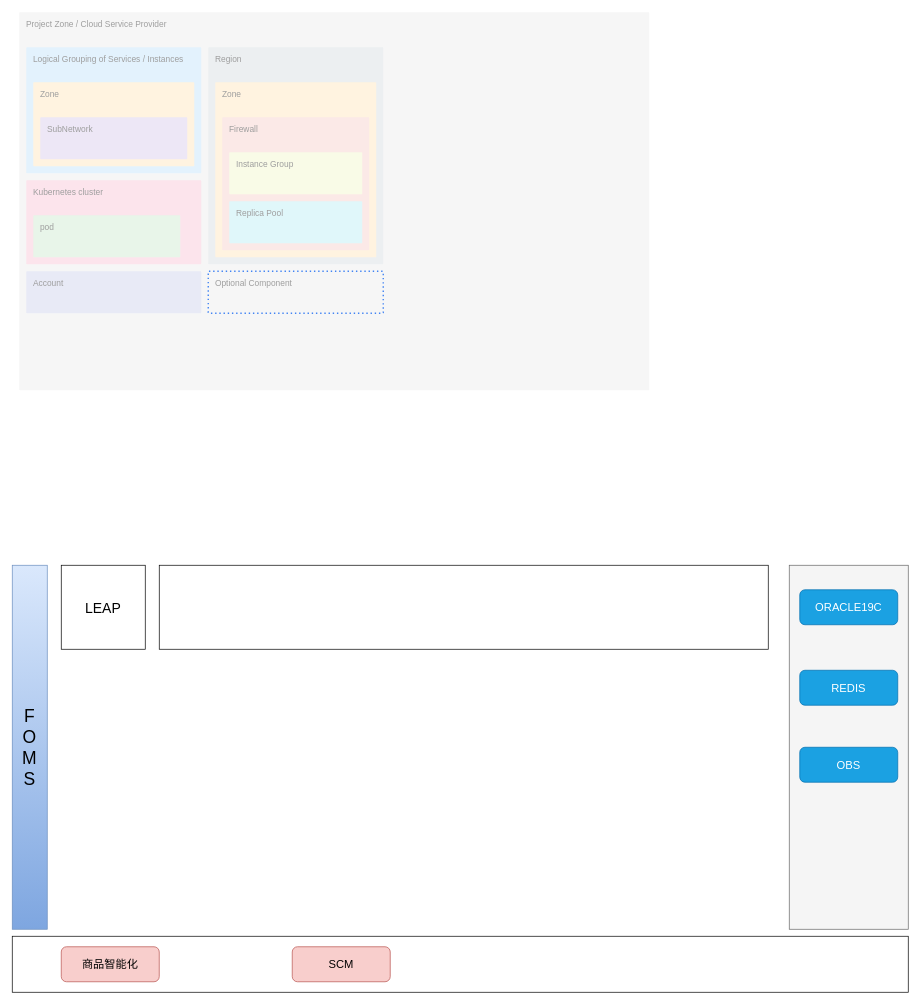
The draw.io diagram FOMS模块说明.drawio in tianyaxiangdong/drawio, before the edit. Source tidied: cells renumbered, new cells numbered last; positions are measured from the earlier drawing's top-left corner, leaving out a move shared by most shapes. Both pictures are drawn from the tidied source at 70%, with x=0, y=0 at pixel (12, 12).
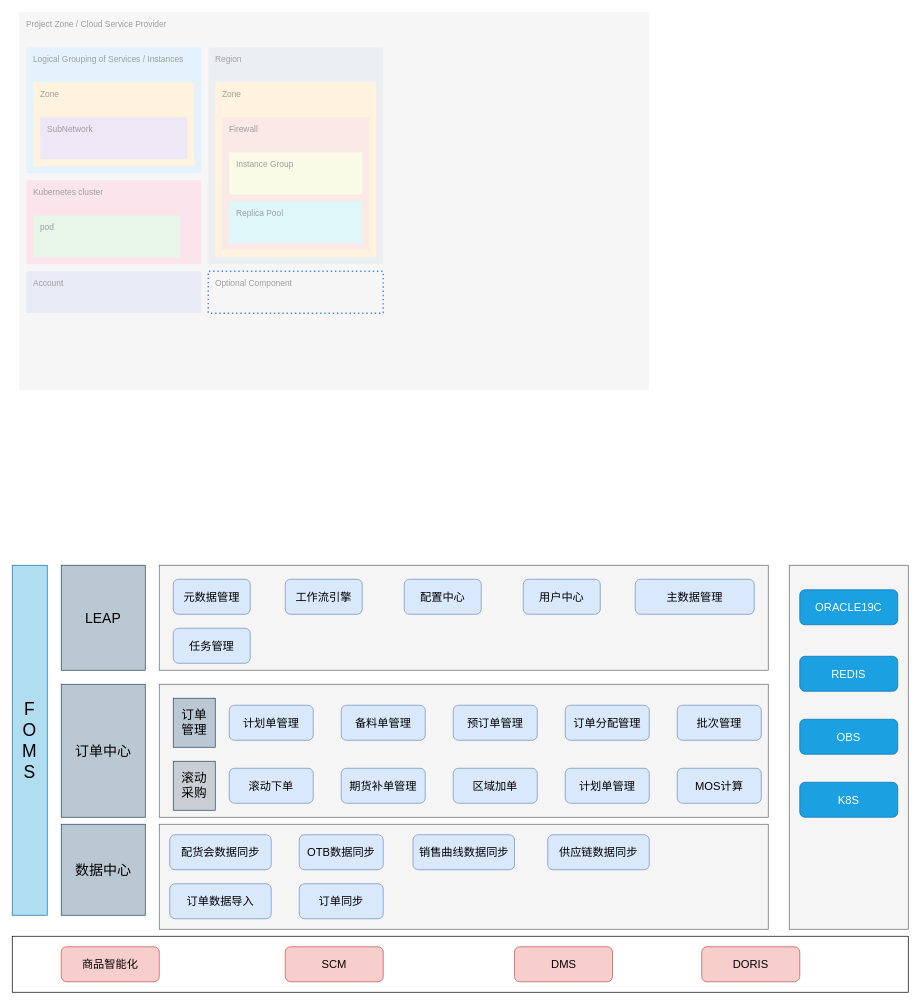
The same diagram, later.

Commit message (it also covers changes not shown here):
更新FOMS模块说明.drawio

Change to the diagram source:
```diff
@@
+    <mxCell id="17" style="rounded=0;whiteSpace=wrap;html=1;fontSize=20;fillColor=#f5f5f5;fontColor=#333333;strokeColor=#666666;" parent="1" vertex="1">
+      <mxGeometry x="210" y="790" width="870" height="150" as="geometry" />
+    </mxCell>
@@
-    <mxCell id="15" value="F&lt;br style=&quot;font-size: 25px;&quot;&gt;O&lt;br style=&quot;font-size: 25px;&quot;&gt;M&lt;br style=&quot;font-size: 25px;&quot;&gt;S" style="rounded=0;whiteSpace=wrap;html=1;fillColor=#dae8fc;strokeColor=#6c8ebf;gradientColor=#7ea6e0;fontSize=25;" parent="1" vertex="1">
-      <mxGeometry y="790" width="50" height="520" as="geometry" />
+    <mxCell id="15" value="F&lt;br style=&quot;font-size: 25px;&quot;&gt;O&lt;br style=&quot;font-size: 25px;&quot;&gt;M&lt;br style=&quot;font-size: 25px;&quot;&gt;S" style="rounded=0;whiteSpace=wrap;html=1;fillColor=#b1ddf0;strokeColor=#10739e;fontSize=25;" parent="1" vertex="1">
+      <mxGeometry y="790" width="50" height="500" as="geometry" />
     </mxCell>
-    <mxCell id="16" value="LEAP" style="rounded=0;whiteSpace=wrap;html=1;fontSize=20;" parent="1" vertex="1">
-      <mxGeometry x="70" y="790" width="120" height="120" as="geometry" />
+    <mxCell id="16" value="LEAP" style="rounded=0;whiteSpace=wrap;html=1;fontSize=20;fillColor=#bac8d3;strokeColor=#23445d;" parent="1" vertex="1">
+      <mxGeometry x="70" y="790" width="120" height="150" as="geometry" />
     </mxCell>
-    <mxCell id="17" style="rounded=0;whiteSpace=wrap;html=1;fontSize=20;" parent="1" vertex="1">
-      <mxGeometry x="210" y="790" width="870" height="120" as="geometry" />
-    </mxCell>
@@
     <mxCell id="20" value="OBS" style="rounded=1;whiteSpace=wrap;html=1;fontSize=16;fillColor=#1ba1e2;strokeColor=#006EAF;fontColor=#ffffff;" parent="1" vertex="1">
-      <mxGeometry x="1125" y="1050" width="140" height="50" as="geometry" />
+      <mxGeometry x="1125" y="1010" width="140" height="50" as="geometry" />
     </mxCell>
     <mxCell id="21" value="REDIS" style="rounded=1;whiteSpace=wrap;html=1;fontSize=16;fillColor=#1ba1e2;strokeColor=#006EAF;fontColor=#ffffff;" parent="1" vertex="1">
-      <mxGeometry x="1125" y="940" width="140" height="50" as="geometry" />
+      <mxGeometry x="1125" y="920" width="140" height="50" as="geometry" />
     </mxCell>
@@
     <mxCell id="24" value="SCM" style="rounded=1;whiteSpace=wrap;html=1;fontSize=16;fillColor=#f8cecc;strokeColor=#b85450;" parent="1" vertex="1">
-      <mxGeometry x="400" y="1335" width="140" height="50" as="geometry" />
+      <mxGeometry x="390" y="1335" width="140" height="50" as="geometry" />
     </mxCell>
+    <mxCell id="25" value="K8S" style="rounded=1;whiteSpace=wrap;html=1;fontSize=16;fillColor=#1ba1e2;strokeColor=#006EAF;fontColor=#ffffff;" parent="1" vertex="1">
+      <mxGeometry x="1125" y="1100" width="140" height="50" as="geometry" />
+    </mxCell>
+    <mxCell id="26" value="DMS" style="rounded=1;whiteSpace=wrap;html=1;fontSize=16;fillColor=#f8cecc;strokeColor=#b85450;" parent="1" vertex="1">
+      <mxGeometry x="717.5" y="1335" width="140" height="50" as="geometry" />
+    </mxCell>
+    <mxCell id="27" value="元数据管理" style="rounded=1;whiteSpace=wrap;html=1;fontSize=16;fillColor=#dae8fc;strokeColor=#6c8ebf;" parent="1" vertex="1">
+      <mxGeometry x="230" y="810" width="110" height="50" as="geometry" />
+    </mxCell>
+    <mxCell id="28" value="工作流引擎" style="rounded=1;whiteSpace=wrap;html=1;fontSize=16;fillColor=#dae8fc;strokeColor=#6c8ebf;" parent="1" vertex="1">
+      <mxGeometry x="390" y="810" width="110" height="50" as="geometry" />
+    </mxCell>
+    <mxCell id="29" value="配置中心" style="rounded=1;whiteSpace=wrap;html=1;fontSize=16;fillColor=#dae8fc;strokeColor=#6c8ebf;" parent="1" vertex="1">
+      <mxGeometry x="560" y="810" width="110" height="50" as="geometry" />
+    </mxCell>
+    <mxCell id="30" value="用户中心" style="rounded=1;whiteSpace=wrap;html=1;fontSize=16;fillColor=#dae8fc;strokeColor=#6c8ebf;" parent="1" vertex="1">
+      <mxGeometry x="730" y="810" width="110" height="50" as="geometry" />
+    </mxCell>
+    <mxCell id="31" value="主数据管理" style="rounded=1;whiteSpace=wrap;html=1;fontSize=16;fillColor=#dae8fc;strokeColor=#6c8ebf;" parent="1" vertex="1">
+      <mxGeometry x="890" y="810" width="170" height="50" as="geometry" />
+    </mxCell>
+    <mxCell id="32" value="任务管理" style="rounded=1;whiteSpace=wrap;html=1;fontSize=16;fillColor=#dae8fc;strokeColor=#6c8ebf;" parent="1" vertex="1">
+      <mxGeometry x="230" y="880" width="110" height="50" as="geometry" />
+    </mxCell>
+    <mxCell id="33" value="订单中心" style="rounded=0;whiteSpace=wrap;html=1;fontSize=20;fillColor=#bac8d3;strokeColor=#23445d;" parent="1" vertex="1">
+      <mxGeometry x="70" y="960" width="120" height="190" as="geometry" />
+    </mxCell>
+    <mxCell id="34" value="数据中心" style="rounded=0;whiteSpace=wrap;html=1;fontSize=20;fillColor=#bac8d3;strokeColor=#23445d;" parent="1" vertex="1">
+      <mxGeometry x="70" y="1160" width="120" height="130" as="geometry" />
+    </mxCell>
+    <mxCell id="35" style="rounded=0;whiteSpace=wrap;html=1;fontSize=20;fillColor=#f5f5f5;fontColor=#333333;strokeColor=#666666;" parent="1" vertex="1">
+      <mxGeometry x="210" y="960" width="870" height="190" as="geometry" />
+    </mxCell>
+    <mxCell id="36" style="rounded=0;whiteSpace=wrap;html=1;fontSize=20;fillColor=#f5f5f5;fontColor=#333333;strokeColor=#666666;" parent="1" vertex="1">
+      <mxGeometry x="210" y="1160" width="870" height="150" as="geometry" />
+    </mxCell>
+    <mxCell id="37" value="滚动&lt;br style=&quot;font-size: 18px;&quot;&gt;采购" style="rounded=0;whiteSpace=wrap;html=1;fontSize=18;fillColor=#C8CED3;strokeColor=#23445d;" parent="1" vertex="1">
+      <mxGeometry x="230" y="1070" width="60" height="70" as="geometry" />
+    </mxCell>
+    <mxCell id="38" value="订单&lt;br style=&quot;font-size: 18px;&quot;&gt;管理" style="rounded=0;whiteSpace=wrap;html=1;fontSize=18;fillColor=#bac8d3;strokeColor=#23445d;" parent="1" vertex="1">
+      <mxGeometry x="230" y="980" width="60" height="70" as="geometry" />
+    </mxCell>
+    <mxCell id="39" value="MOS计算" style="rounded=1;whiteSpace=wrap;html=1;fontSize=16;fillColor=#dae8fc;strokeColor=#6c8ebf;" parent="1" vertex="1">
+      <mxGeometry x="950" y="1080" width="120" height="50" as="geometry" />
+    </mxCell>
+    <mxCell id="40" value="期货补单管理" style="rounded=1;whiteSpace=wrap;html=1;fontSize=16;fillColor=#dae8fc;strokeColor=#6c8ebf;" parent="1" vertex="1">
+      <mxGeometry x="470" y="1080" width="120" height="50" as="geometry" />
+    </mxCell>
+    <mxCell id="41" value="区域加单" style="rounded=1;whiteSpace=wrap;html=1;fontSize=16;fillColor=#dae8fc;strokeColor=#6c8ebf;" parent="1" vertex="1">
+      <mxGeometry x="630" y="1080" width="120" height="50" as="geometry" />
+    </mxCell>
+    <mxCell id="42" value="计划单管理" style="rounded=1;whiteSpace=wrap;html=1;fontSize=16;fillColor=#dae8fc;strokeColor=#6c8ebf;" parent="1" vertex="1">
+      <mxGeometry x="790" y="1080" width="120" height="50" as="geometry" />
+    </mxCell>
+    <mxCell id="43" value="滚动下单" style="rounded=1;whiteSpace=wrap;html=1;fontSize=16;fillColor=#dae8fc;strokeColor=#6c8ebf;" parent="1" vertex="1">
+      <mxGeometry x="310" y="1080" width="120" height="50" as="geometry" />
+    </mxCell>
+    <mxCell id="44" value="配货会数据同步" style="rounded=1;whiteSpace=wrap;html=1;fontSize=16;fillColor=#dae8fc;strokeColor=#6c8ebf;" parent="1" vertex="1">
+      <mxGeometry x="225" y="1175" width="145" height="50" as="geometry" />
+    </mxCell>
+    <mxCell id="45" value="OTB数据同步" style="rounded=1;whiteSpace=wrap;html=1;fontSize=16;fillColor=#dae8fc;strokeColor=#6c8ebf;" parent="1" vertex="1">
+      <mxGeometry x="410" y="1175" width="120" height="50" as="geometry" />
+    </mxCell>
+    <mxCell id="46" value="销售曲线数据同步" style="rounded=1;whiteSpace=wrap;html=1;fontSize=16;fillColor=#dae8fc;strokeColor=#6c8ebf;" parent="1" vertex="1">
+      <mxGeometry x="572.5" y="1175" width="145" height="50" as="geometry" />
+    </mxCell>
+    <mxCell id="47" value="供应链数据同步" style="rounded=1;whiteSpace=wrap;html=1;fontSize=16;fillColor=#dae8fc;strokeColor=#6c8ebf;" parent="1" vertex="1">
+      <mxGeometry x="765" y="1175" width="145" height="50" as="geometry" />
+    </mxCell>
+    <mxCell id="48" value="订单数据导入" style="rounded=1;whiteSpace=wrap;html=1;fontSize=16;fillColor=#dae8fc;strokeColor=#6c8ebf;" parent="1" vertex="1">
+      <mxGeometry x="225" y="1245" width="145" height="50" as="geometry" />
+    </mxCell>
+    <mxCell id="49" value="订单同步" style="rounded=1;whiteSpace=wrap;html=1;fontSize=16;fillColor=#dae8fc;strokeColor=#6c8ebf;" parent="1" vertex="1">
+      <mxGeometry x="410" y="1245" width="120" height="50" as="geometry" />
+    </mxCell>
+    <mxCell id="50" value="计划单管理" style="rounded=1;whiteSpace=wrap;html=1;fontSize=16;fillColor=#dae8fc;strokeColor=#6c8ebf;" parent="1" vertex="1">
+      <mxGeometry x="310" y="990" width="120" height="50" as="geometry" />
+    </mxCell>
+    <mxCell id="51" value="备料单管理" style="rounded=1;whiteSpace=wrap;html=1;fontSize=16;fillColor=#dae8fc;strokeColor=#6c8ebf;" parent="1" vertex="1">
+      <mxGeometry x="470" y="990" width="120" height="50" as="geometry" />
+    </mxCell>
+    <mxCell id="52" value="预订单管理" style="rounded=1;whiteSpace=wrap;html=1;fontSize=16;fillColor=#dae8fc;strokeColor=#6c8ebf;" parent="1" vertex="1">
+      <mxGeometry x="630" y="990" width="120" height="50" as="geometry" />
+    </mxCell>
+    <mxCell id="53" value="订单分配管理" style="rounded=1;whiteSpace=wrap;html=1;fontSize=16;fillColor=#dae8fc;strokeColor=#6c8ebf;" parent="1" vertex="1">
+      <mxGeometry x="790" y="990" width="120" height="50" as="geometry" />
+    </mxCell>
+    <mxCell id="54" value="批次管理" style="rounded=1;whiteSpace=wrap;html=1;fontSize=16;fillColor=#dae8fc;strokeColor=#6c8ebf;" parent="1" vertex="1">
+      <mxGeometry x="950" y="990" width="120" height="50" as="geometry" />
+    </mxCell>
+    <mxCell id="55" value="DORIS" style="rounded=1;whiteSpace=wrap;html=1;fontSize=16;fillColor=#f8cecc;strokeColor=#b85450;" parent="1" vertex="1">
+      <mxGeometry x="985" y="1335" width="140" height="50" as="geometry" />
+    </mxCell>
```
